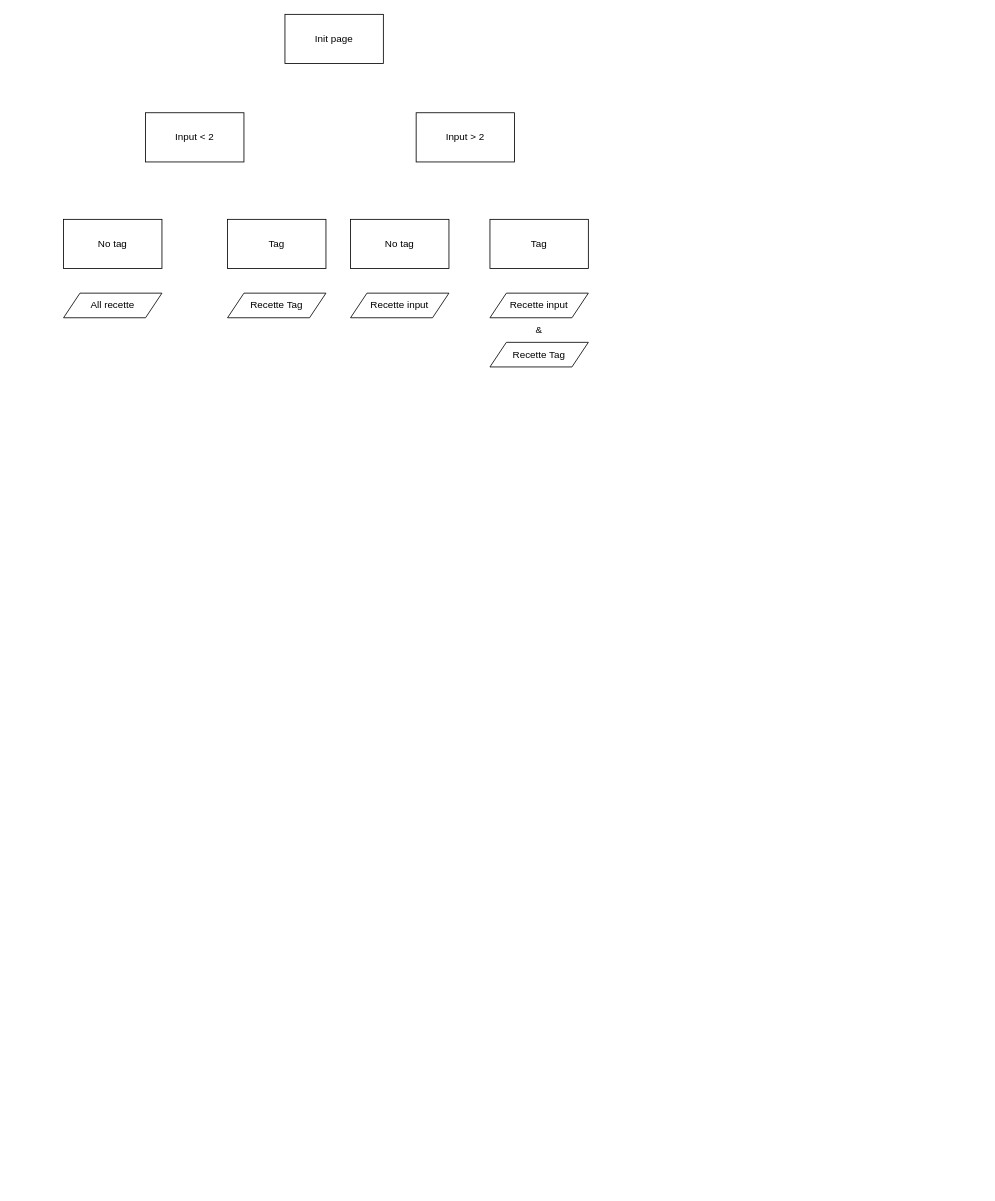
This is data/Diagramme sans nom.drawio from Kilian06/Projet-6-OPC, a draw.io file, before an edit. Source tidied: cells renumbered, new cells numbered last; positions are measured from the earlier drawing's top-left corner, leaving out a move shared by most shapes. Both pictures are drawn from the tidied source at 82%, with x=0, y=0 at pixel (63, 14).
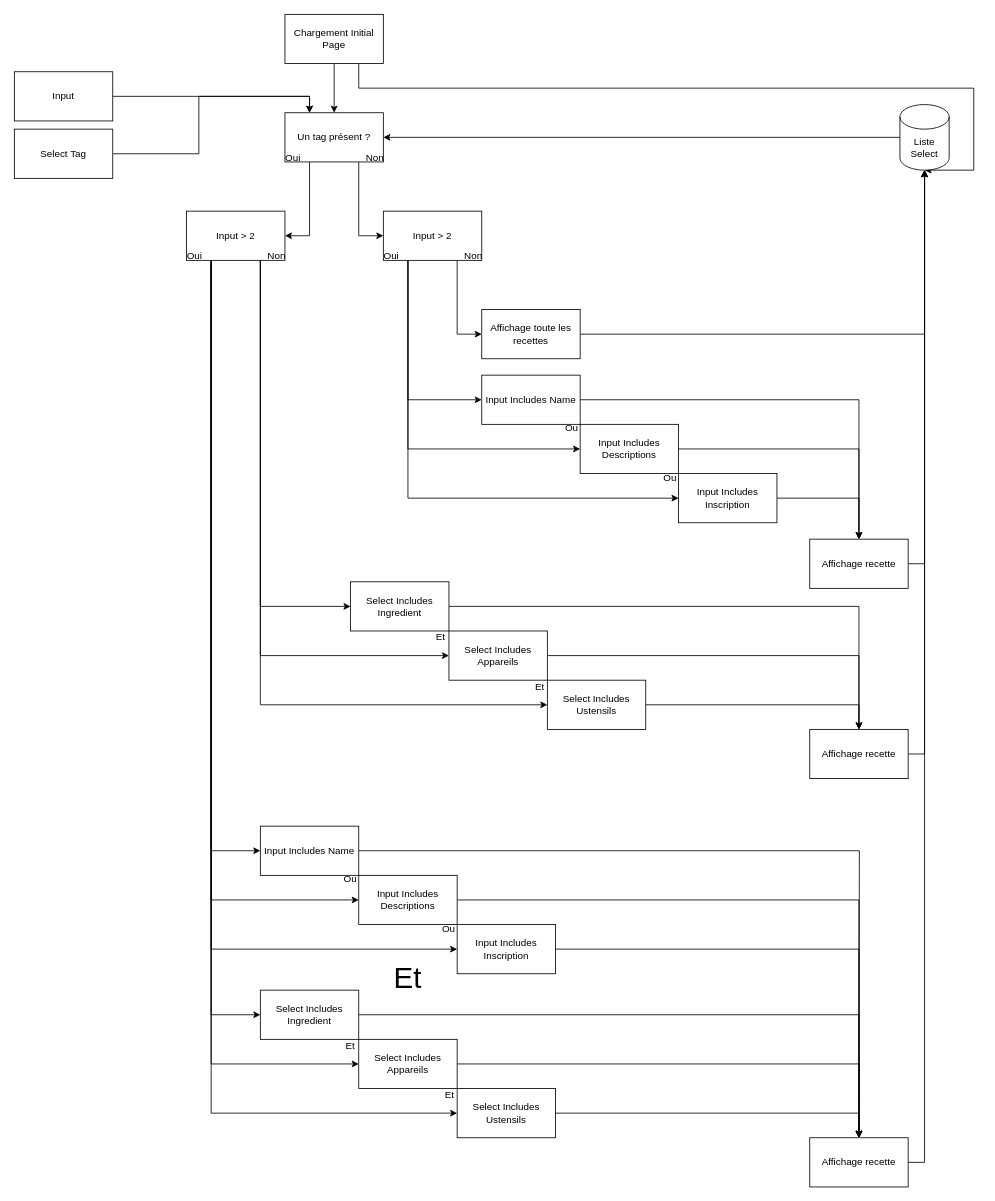
After the change.

Commit message:
Daig Projet 7

The edit, as a diff of the source:
```diff
@@
+    <mxCell id="15" style="edgeStyle=orthogonalEdgeStyle;rounded=0;jettySize=auto;html=1;exitX=0.5;exitY=1;exitDx=0;exitDy=0;entryX=0.5;entryY=0;entryDx=0;entryDy=0;" parent="1" edge="1" source="2" target="19">
+      <mxGeometry relative="1" as="geometry" />
+    </mxCell>
+    <mxCell id="16" style="edgeStyle=orthogonalEdgeStyle;rounded=0;jettySize=auto;html=1;exitX=0.75;exitY=1;exitDx=0;exitDy=0;entryX=0.5;entryY=1;entryDx=0;entryDy=0;entryPerimeter=0;" parent="1" edge="1" source="2" target="54">
+      <mxGeometry relative="1" as="geometry">
+        <Array as="points">
+          <mxPoint x="360" y="90" />
+          <mxPoint x="1110" y="90" />
+          <mxPoint x="1110" y="190" />
+        </Array>
+      </mxGeometry>
+    </mxCell>
-    <mxCell id="2" value="Init page" style="rounded=0;whiteSpace=wrap;html=1;" parent="1" vertex="1">
+    <mxCell id="2" value="Chargement Initial&lt;br&gt;Page" style="rounded=0;whiteSpace=wrap;html=1;" parent="1" vertex="1">
       <mxGeometry x="270" width="120" height="60" as="geometry" />
     </mxCell>
-    <mxCell id="3" value="Input &amp;lt; 2" style="rounded=0;whiteSpace=wrap;html=1;" parent="1" vertex="1">
-      <mxGeometry x="100" y="120" width="120" height="60" as="geometry" />
-    </mxCell>
-    <mxCell id="4" value="Input &amp;gt; 2" style="rounded=0;whiteSpace=wrap;html=1;" parent="1" vertex="1">
-      <mxGeometry x="430" y="120" width="120" height="60" as="geometry" />
-    </mxCell>
-    <mxCell id="5" value="No tag" style="rounded=0;whiteSpace=wrap;html=1;" parent="1" vertex="1">
-      <mxGeometry y="250" width="120" height="60" as="geometry" />
-    </mxCell>
-    <mxCell id="6" value="Tag" style="rounded=0;whiteSpace=wrap;html=1;" parent="1" vertex="1">
-      <mxGeometry x="200" y="250" width="120" height="60" as="geometry" />
-    </mxCell>
-    <mxCell id="7" value="No tag" style="rounded=0;whiteSpace=wrap;html=1;" parent="1" vertex="1">
-      <mxGeometry x="350" y="250" width="120" height="60" as="geometry" />
-    </mxCell>
-    <mxCell id="8" value="Tag" style="rounded=0;whiteSpace=wrap;html=1;" parent="1" vertex="1">
-      <mxGeometry x="520" y="250" width="120" height="60" as="geometry" />
-    </mxCell>
-    <mxCell id="9" value="All recette" style="shape=parallelogram;perimeter=parallelogramPerimeter;whiteSpace=wrap;html=1;fixedSize=1;" parent="1" vertex="1">
-      <mxGeometry y="340" width="120" height="30" as="geometry" />
-    </mxCell>
-    <mxCell id="10" value="Recette Tag" style="shape=parallelogram;perimeter=parallelogramPerimeter;whiteSpace=wrap;html=1;fixedSize=1;" parent="1" vertex="1">
-      <mxGeometry x="200" y="340" width="120" height="30" as="geometry" />
-    </mxCell>
-    <mxCell id="11" value="Recette input" style="shape=parallelogram;perimeter=parallelogramPerimeter;whiteSpace=wrap;html=1;fixedSize=1;" parent="1" vertex="1">
-      <mxGeometry x="350" y="340" width="120" height="30" as="geometry" />
-    </mxCell>
-    <mxCell id="12" value="Recette input" style="shape=parallelogram;perimeter=parallelogramPerimeter;whiteSpace=wrap;html=1;fixedSize=1;" parent="1" vertex="1">
-      <mxGeometry x="520" y="340" width="120" height="30" as="geometry" />
-    </mxCell>
-    <mxCell id="13" value="Recette Tag" style="shape=parallelogram;perimeter=parallelogramPerimeter;whiteSpace=wrap;html=1;fixedSize=1;" parent="1" vertex="1">
-      <mxGeometry x="520" y="400" width="120" height="30" as="geometry" />
-    </mxCell>
-    <mxCell id="14" value="&amp;amp;" style="text;html=1;strokeColor=none;fillColor=none;align=center;verticalAlign=middle;whiteSpace=wrap;rounded=0;" parent="1" vertex="1">
-      <mxGeometry x="550" y="370" width="60" height="30" as="geometry" />
-    </mxCell>
+    <mxCell id="17" style="edgeStyle=orthogonalEdgeStyle;rounded=0;jettySize=auto;html=1;exitX=0.75;exitY=1;exitDx=0;exitDy=0;entryX=0;entryY=0.5;entryDx=0;entryDy=0;" parent="1" edge="1" source="19" target="24">
+      <mxGeometry relative="1" as="geometry" />
+    </mxCell>
+    <mxCell id="18" style="edgeStyle=orthogonalEdgeStyle;rounded=0;jettySize=auto;html=1;exitX=0.25;exitY=1;exitDx=0;exitDy=0;entryX=1;entryY=0.5;entryDx=0;entryDy=0;" parent="1" edge="1" source="19" target="34">
+      <mxGeometry relative="1" as="geometry" />
+    </mxCell>
+    <mxCell id="19" value="Un tag présent ?" style="rounded=0;whiteSpace=wrap;html=1;" parent="1" vertex="1">
+      <mxGeometry x="270" y="120" width="120" height="60" as="geometry" />
+    </mxCell>
+    <mxCell id="20" style="edgeStyle=orthogonalEdgeStyle;rounded=0;jettySize=auto;html=1;exitX=0.75;exitY=1;exitDx=0;exitDy=0;entryX=0;entryY=0.5;entryDx=0;entryDy=0;" parent="1" edge="1" source="24" target="40">
+      <mxGeometry relative="1" as="geometry" />
+    </mxCell>
+    <mxCell id="21" style="edgeStyle=orthogonalEdgeStyle;rounded=0;jettySize=auto;html=1;exitX=0.25;exitY=1;exitDx=0;exitDy=0;entryX=0;entryY=0.5;entryDx=0;entryDy=0;" parent="1" edge="1" source="24" target="44">
+      <mxGeometry relative="1" as="geometry" />
+    </mxCell>
+    <mxCell id="22" style="edgeStyle=orthogonalEdgeStyle;rounded=0;jettySize=auto;html=1;exitX=0.25;exitY=1;exitDx=0;exitDy=0;entryX=0;entryY=0.5;entryDx=0;entryDy=0;" parent="1" edge="1" source="24" target="46">
+      <mxGeometry relative="1" as="geometry" />
+    </mxCell>
+    <mxCell id="23" style="edgeStyle=orthogonalEdgeStyle;rounded=0;jettySize=auto;html=1;exitX=0.25;exitY=1;exitDx=0;exitDy=0;entryX=0;entryY=0.5;entryDx=0;entryDy=0;" parent="1" edge="1" source="24" target="48">
+      <mxGeometry relative="1" as="geometry" />
+    </mxCell>
+    <mxCell id="24" value="Input &amp;gt; 2" style="rounded=0;whiteSpace=wrap;html=1;" parent="1" vertex="1">
+      <mxGeometry x="390" y="240" width="120" height="60" as="geometry" />
+    </mxCell>
+    <mxCell id="25" style="edgeStyle=orthogonalEdgeStyle;rounded=0;jettySize=auto;html=1;exitX=0.75;exitY=1;exitDx=0;exitDy=0;entryX=0;entryY=0.5;entryDx=0;entryDy=0;" parent="1" edge="1" source="34" target="38">
+      <mxGeometry relative="1" as="geometry" />
+    </mxCell>
+    <mxCell id="26" style="edgeStyle=orthogonalEdgeStyle;rounded=0;jettySize=auto;html=1;exitX=0.75;exitY=1;exitDx=0;exitDy=0;entryX=0;entryY=0.5;entryDx=0;entryDy=0;" parent="1" edge="1" source="34" target="58">
+      <mxGeometry relative="1" as="geometry" />
+    </mxCell>
+    <mxCell id="27" style="edgeStyle=orthogonalEdgeStyle;rounded=0;jettySize=auto;html=1;exitX=0.75;exitY=1;exitDx=0;exitDy=0;entryX=0;entryY=0.5;entryDx=0;entryDy=0;" parent="1" edge="1" source="34" target="60">
+      <mxGeometry relative="1" as="geometry" />
+    </mxCell>
+    <mxCell id="28" style="edgeStyle=orthogonalEdgeStyle;rounded=0;jettySize=auto;html=1;exitX=0.25;exitY=1;exitDx=0;exitDy=0;entryX=0;entryY=0.5;entryDx=0;entryDy=0;" parent="1" edge="1" source="34" target="66">
+      <mxGeometry relative="1" as="geometry" />
+    </mxCell>
+    <mxCell id="29" style="edgeStyle=orthogonalEdgeStyle;rounded=0;jettySize=auto;html=1;exitX=0.25;exitY=1;exitDx=0;exitDy=0;entryX=0;entryY=0.5;entryDx=0;entryDy=0;" parent="1" edge="1" source="34" target="68">
+      <mxGeometry relative="1" as="geometry" />
+    </mxCell>
+    <mxCell id="30" style="edgeStyle=orthogonalEdgeStyle;rounded=0;jettySize=auto;html=1;exitX=0.25;exitY=1;exitDx=0;exitDy=0;entryX=0;entryY=0.5;entryDx=0;entryDy=0;" parent="1" edge="1" source="34" target="70">
+      <mxGeometry relative="1" as="geometry" />
+    </mxCell>
+    <mxCell id="31" style="edgeStyle=orthogonalEdgeStyle;rounded=0;jettySize=auto;html=1;exitX=0.25;exitY=1;exitDx=0;exitDy=0;entryX=0;entryY=0.5;entryDx=0;entryDy=0;" parent="1" edge="1" source="34" target="74">
+      <mxGeometry relative="1" as="geometry" />
+    </mxCell>
+    <mxCell id="32" style="edgeStyle=orthogonalEdgeStyle;rounded=0;jettySize=auto;html=1;exitX=0.25;exitY=1;exitDx=0;exitDy=0;entryX=0;entryY=0.5;entryDx=0;entryDy=0;" parent="1" edge="1" source="34" target="76">
+      <mxGeometry relative="1" as="geometry" />
+    </mxCell>
+    <mxCell id="33" style="edgeStyle=orthogonalEdgeStyle;rounded=0;jettySize=auto;html=1;exitX=0.25;exitY=1;exitDx=0;exitDy=0;entryX=0;entryY=0.5;entryDx=0;entryDy=0;" parent="1" edge="1" source="34" target="78">
+      <mxGeometry relative="1" as="geometry" />
+    </mxCell>
+    <mxCell id="34" value="Input &amp;gt; 2" style="rounded=0;whiteSpace=wrap;html=1;" parent="1" vertex="1">
+      <mxGeometry x="150" y="240" width="120" height="60" as="geometry" />
+    </mxCell>
+    <mxCell id="35" value="Oui" style="text;html=1;strokeColor=none;fillColor=none;align=center;verticalAlign=middle;whiteSpace=wrap;rounded=0;" parent="1" vertex="1">
+      <mxGeometry x="250" y="160" width="60" height="30" as="geometry" />
+    </mxCell>
+    <mxCell id="36" value="Non" style="text;html=1;strokeColor=none;fillColor=none;align=center;verticalAlign=middle;whiteSpace=wrap;rounded=0;" parent="1" vertex="1">
+      <mxGeometry x="350" y="160" width="60" height="30" as="geometry" />
+    </mxCell>
+    <mxCell id="37" style="edgeStyle=orthogonalEdgeStyle;rounded=0;jettySize=auto;html=1;exitX=1;exitY=0.5;exitDx=0;exitDy=0;entryX=0.5;entryY=0;entryDx=0;entryDy=0;" parent="1" edge="1" source="38" target="64">
+      <mxGeometry relative="1" as="geometry" />
+    </mxCell>
+    <mxCell id="38" value="Select Includes Ingredient" style="rounded=0;whiteSpace=wrap;html=1;" parent="1" vertex="1">
+      <mxGeometry x="350" y="692" width="120" height="60" as="geometry" />
+    </mxCell>
+    <mxCell id="39" style="edgeStyle=orthogonalEdgeStyle;rounded=0;jettySize=auto;html=1;exitX=1;exitY=0.5;exitDx=0;exitDy=0;entryX=0.5;entryY=1;entryDx=0;entryDy=0;entryPerimeter=0;" parent="1" edge="1" source="40" target="54">
+      <mxGeometry relative="1" as="geometry" />
+    </mxCell>
+    <mxCell id="40" value="Affichage toute les recettes" style="rounded=0;whiteSpace=wrap;html=1;" parent="1" vertex="1">
+      <mxGeometry x="510" y="360" width="120" height="60" as="geometry" />
+    </mxCell>
+    <mxCell id="41" value="Oui" style="text;html=1;strokeColor=none;fillColor=none;align=center;verticalAlign=middle;whiteSpace=wrap;rounded=0;" parent="1" vertex="1">
+      <mxGeometry x="370" y="280" width="60" height="30" as="geometry" />
+    </mxCell>
+    <mxCell id="42" value="Non" style="text;html=1;strokeColor=none;fillColor=none;align=center;verticalAlign=middle;whiteSpace=wrap;rounded=0;" parent="1" vertex="1">
+      <mxGeometry x="470" y="280" width="60" height="30" as="geometry" />
+    </mxCell>
+    <mxCell id="43" style="edgeStyle=orthogonalEdgeStyle;rounded=0;jettySize=auto;html=1;exitX=1;exitY=0.5;exitDx=0;exitDy=0;entryX=0.5;entryY=0;entryDx=0;entryDy=0;" parent="1" edge="1" source="44" target="52">
+      <mxGeometry relative="1" as="geometry" />
+    </mxCell>
+    <mxCell id="44" value="Input Includes Name" style="rounded=0;whiteSpace=wrap;html=1;" parent="1" vertex="1">
+      <mxGeometry x="510" y="440" width="120" height="60" as="geometry" />
+    </mxCell>
+    <mxCell id="45" style="edgeStyle=orthogonalEdgeStyle;rounded=0;jettySize=auto;html=1;exitX=1;exitY=0.5;exitDx=0;exitDy=0;entryX=0.5;entryY=0;entryDx=0;entryDy=0;" parent="1" edge="1" source="46" target="52">
+      <mxGeometry relative="1" as="geometry" />
+    </mxCell>
+    <mxCell id="46" value="Input Includes Descriptions" style="rounded=0;whiteSpace=wrap;html=1;" parent="1" vertex="1">
+      <mxGeometry x="630" y="500" width="120" height="60" as="geometry" />
+    </mxCell>
+    <mxCell id="47" style="edgeStyle=orthogonalEdgeStyle;rounded=0;jettySize=auto;html=1;exitX=1;exitY=0.5;exitDx=0;exitDy=0;entryX=0.5;entryY=0;entryDx=0;entryDy=0;" parent="1" edge="1" source="48" target="52">
+      <mxGeometry relative="1" as="geometry" />
+    </mxCell>
+    <mxCell id="48" value="Input Includes Inscription" style="rounded=0;whiteSpace=wrap;html=1;" parent="1" vertex="1">
+      <mxGeometry x="750" y="560" width="120" height="60" as="geometry" />
+    </mxCell>
+    <mxCell id="49" value="Ou" style="text;html=1;strokeColor=none;fillColor=none;align=center;verticalAlign=middle;whiteSpace=wrap;rounded=0;" parent="1" vertex="1">
+      <mxGeometry x="590" y="490" width="60" height="30" as="geometry" />
+    </mxCell>
+    <mxCell id="50" value="Ou" style="text;html=1;strokeColor=none;fillColor=none;align=center;verticalAlign=middle;whiteSpace=wrap;rounded=0;" parent="1" vertex="1">
+      <mxGeometry x="710" y="550" width="60" height="30" as="geometry" />
+    </mxCell>
+    <mxCell id="51" style="edgeStyle=orthogonalEdgeStyle;rounded=0;jettySize=auto;html=1;exitX=1;exitY=0.5;exitDx=0;exitDy=0;entryX=0.5;entryY=1;entryDx=0;entryDy=0;entryPerimeter=0;" parent="1" edge="1" source="52" target="54">
+      <mxGeometry relative="1" as="geometry" />
+    </mxCell>
+    <mxCell id="52" value="Affichage recette" style="rounded=0;whiteSpace=wrap;html=1;" parent="1" vertex="1">
+      <mxGeometry x="910" y="640" width="120" height="60" as="geometry" />
+    </mxCell>
+    <mxCell id="53" style="edgeStyle=orthogonalEdgeStyle;rounded=0;jettySize=auto;html=1;exitX=0;exitY=0.5;exitDx=0;exitDy=0;exitPerimeter=0;entryX=1;entryY=0.5;entryDx=0;entryDy=0;" parent="1" edge="1" source="54" target="19">
+      <mxGeometry relative="1" as="geometry" />
+    </mxCell>
+    <mxCell id="54" value="Liste Select" style="shape=cylinder3;whiteSpace=wrap;html=1;boundedLbl=1;backgroundOutline=1;size=15;" parent="1" vertex="1">
+      <mxGeometry x="1020" y="110" width="60" height="80" as="geometry" />
+    </mxCell>
+    <mxCell id="55" value="Oui" style="text;html=1;strokeColor=none;fillColor=none;align=center;verticalAlign=middle;whiteSpace=wrap;rounded=0;" parent="1" vertex="1">
+      <mxGeometry x="130" y="280" width="60" height="30" as="geometry" />
+    </mxCell>
+    <mxCell id="56" value="Non" style="text;html=1;strokeColor=none;fillColor=none;align=center;verticalAlign=middle;whiteSpace=wrap;rounded=0;" parent="1" vertex="1">
+      <mxGeometry x="230" y="280" width="60" height="30" as="geometry" />
+    </mxCell>
+    <mxCell id="57" style="edgeStyle=orthogonalEdgeStyle;rounded=0;jettySize=auto;html=1;exitX=1;exitY=0.5;exitDx=0;exitDy=0;entryX=0.5;entryY=0;entryDx=0;entryDy=0;" parent="1" edge="1" source="58" target="64">
+      <mxGeometry relative="1" as="geometry" />
+    </mxCell>
+    <mxCell id="58" value="Select Includes Appareils" style="rounded=0;whiteSpace=wrap;html=1;" parent="1" vertex="1">
+      <mxGeometry x="470" y="752" width="120" height="60" as="geometry" />
+    </mxCell>
+    <mxCell id="59" style="edgeStyle=orthogonalEdgeStyle;rounded=0;jettySize=auto;html=1;exitX=1;exitY=0.5;exitDx=0;exitDy=0;entryX=0.5;entryY=0;entryDx=0;entryDy=0;" parent="1" edge="1" source="60" target="64">
+      <mxGeometry relative="1" as="geometry" />
+    </mxCell>
+    <mxCell id="60" value="Select Includes Ustensils" style="rounded=0;whiteSpace=wrap;html=1;" parent="1" vertex="1">
+      <mxGeometry x="590" y="812" width="120" height="60" as="geometry" />
+    </mxCell>
+    <mxCell id="61" value="Et" style="text;html=1;strokeColor=none;fillColor=none;align=center;verticalAlign=middle;whiteSpace=wrap;rounded=0;" parent="1" vertex="1">
+      <mxGeometry x="430" y="745" width="60" height="30" as="geometry" />
+    </mxCell>
+    <mxCell id="62" value="Et" style="text;html=1;strokeColor=none;fillColor=none;align=center;verticalAlign=middle;whiteSpace=wrap;rounded=0;" parent="1" vertex="1">
+      <mxGeometry x="551" y="805" width="60" height="30" as="geometry" />
+    </mxCell>
+    <mxCell id="63" style="edgeStyle=orthogonalEdgeStyle;rounded=0;jettySize=auto;html=1;exitX=1;exitY=0.5;exitDx=0;exitDy=0;entryX=0.5;entryY=1;entryDx=0;entryDy=0;entryPerimeter=0;" parent="1" edge="1" source="64" target="54">
+      <mxGeometry relative="1" as="geometry" />
+    </mxCell>
+    <mxCell id="64" value="Affichage recette" style="rounded=0;whiteSpace=wrap;html=1;" parent="1" vertex="1">
+      <mxGeometry x="910" y="872" width="120" height="60" as="geometry" />
+    </mxCell>
+    <mxCell id="65" style="edgeStyle=orthogonalEdgeStyle;rounded=0;jettySize=auto;html=1;exitX=1;exitY=0.5;exitDx=0;exitDy=0;" parent="1" edge="1" source="66">
+      <mxGeometry relative="1" as="geometry">
+        <mxPoint x="970" y="1370" as="targetPoint" />
+      </mxGeometry>
+    </mxCell>
+    <mxCell id="66" value="Input Includes Name" style="rounded=0;whiteSpace=wrap;html=1;" parent="1" vertex="1">
+      <mxGeometry x="240" y="990" width="120" height="60" as="geometry" />
+    </mxCell>
+    <mxCell id="67" style="edgeStyle=orthogonalEdgeStyle;rounded=0;jettySize=auto;html=1;exitX=1;exitY=0.5;exitDx=0;exitDy=0;entryX=0.5;entryY=0;entryDx=0;entryDy=0;" parent="1" edge="1" source="68" target="83">
+      <mxGeometry relative="1" as="geometry" />
+    </mxCell>
+    <mxCell id="68" value="Input Includes Descriptions" style="rounded=0;whiteSpace=wrap;html=1;" parent="1" vertex="1">
+      <mxGeometry x="360" y="1050" width="120" height="60" as="geometry" />
+    </mxCell>
+    <mxCell id="69" style="edgeStyle=orthogonalEdgeStyle;rounded=0;jettySize=auto;html=1;exitX=1;exitY=0.5;exitDx=0;exitDy=0;entryX=0.5;entryY=0;entryDx=0;entryDy=0;" parent="1" edge="1" source="70" target="83">
+      <mxGeometry relative="1" as="geometry" />
+    </mxCell>
+    <mxCell id="70" value="Input Includes Inscription" style="rounded=0;whiteSpace=wrap;html=1;" parent="1" vertex="1">
+      <mxGeometry x="480" y="1110" width="120" height="60" as="geometry" />
+    </mxCell>
+    <mxCell id="71" value="Ou" style="text;html=1;strokeColor=none;fillColor=none;align=center;verticalAlign=middle;whiteSpace=wrap;rounded=0;" parent="1" vertex="1">
+      <mxGeometry x="320" y="1040" width="60" height="30" as="geometry" />
+    </mxCell>
+    <mxCell id="72" value="Ou" style="text;html=1;strokeColor=none;fillColor=none;align=center;verticalAlign=middle;whiteSpace=wrap;rounded=0;" parent="1" vertex="1">
+      <mxGeometry x="440" y="1100" width="60" height="30" as="geometry" />
+    </mxCell>
+    <mxCell id="73" style="edgeStyle=orthogonalEdgeStyle;rounded=0;jettySize=auto;html=1;exitX=1;exitY=0.5;exitDx=0;exitDy=0;entryX=0.5;entryY=0;entryDx=0;entryDy=0;" parent="1" edge="1" source="74" target="83">
+      <mxGeometry relative="1" as="geometry" />
+    </mxCell>
+    <mxCell id="74" value="Select Includes Ingredient" style="rounded=0;whiteSpace=wrap;html=1;" parent="1" vertex="1">
+      <mxGeometry x="240" y="1190" width="120" height="60" as="geometry" />
+    </mxCell>
+    <mxCell id="75" style="edgeStyle=orthogonalEdgeStyle;rounded=0;jettySize=auto;html=1;exitX=1;exitY=0.5;exitDx=0;exitDy=0;" parent="1" edge="1" source="76">
+      <mxGeometry relative="1" as="geometry">
+        <mxPoint x="970" y="1370" as="targetPoint" />
+      </mxGeometry>
+    </mxCell>
+    <mxCell id="76" value="Select Includes Appareils" style="rounded=0;whiteSpace=wrap;html=1;" parent="1" vertex="1">
+      <mxGeometry x="360" y="1250" width="120" height="60" as="geometry" />
+    </mxCell>
+    <mxCell id="77" style="edgeStyle=orthogonalEdgeStyle;rounded=0;jettySize=auto;html=1;exitX=1;exitY=0.5;exitDx=0;exitDy=0;entryX=0.5;entryY=0;entryDx=0;entryDy=0;" parent="1" edge="1" source="78" target="83">
+      <mxGeometry relative="1" as="geometry" />
+    </mxCell>
+    <mxCell id="78" value="Select Includes Ustensils" style="rounded=0;whiteSpace=wrap;html=1;" parent="1" vertex="1">
+      <mxGeometry x="480" y="1310" width="120" height="60" as="geometry" />
+    </mxCell>
+    <mxCell id="79" value="Et" style="text;html=1;strokeColor=none;fillColor=none;align=center;verticalAlign=middle;whiteSpace=wrap;rounded=0;" parent="1" vertex="1">
+      <mxGeometry x="320" y="1243" width="60" height="30" as="geometry" />
+    </mxCell>
+    <mxCell id="80" value="Et" style="text;html=1;strokeColor=none;fillColor=none;align=center;verticalAlign=middle;whiteSpace=wrap;rounded=0;" parent="1" vertex="1">
+      <mxGeometry x="441" y="1303" width="60" height="30" as="geometry" />
+    </mxCell>
+    <mxCell id="81" value="&lt;font style=&quot;font-size: 36px;&quot;&gt;Et&lt;/font&gt;" style="text;html=1;strokeColor=none;fillColor=none;align=center;verticalAlign=middle;whiteSpace=wrap;rounded=0;" parent="1" vertex="1">
+      <mxGeometry x="390" y="1160" width="60" height="30" as="geometry" />
+    </mxCell>
+    <mxCell id="82" style="edgeStyle=orthogonalEdgeStyle;rounded=0;jettySize=auto;html=1;exitX=1;exitY=0.5;exitDx=0;exitDy=0;fontSize=36;entryX=0.5;entryY=1;entryDx=0;entryDy=0;entryPerimeter=0;" parent="1" edge="1" source="83" target="54">
+      <mxGeometry relative="1" as="geometry" />
+    </mxCell>
+    <mxCell id="83" value="Affichage recette" style="rounded=0;whiteSpace=wrap;html=1;" parent="1" vertex="1">
+      <mxGeometry x="910" y="1370" width="120" height="60" as="geometry" />
+    </mxCell>
+    <mxCell id="84" style="edgeStyle=orthogonalEdgeStyle;rounded=0;jettySize=auto;html=1;exitX=1;exitY=0.5;exitDx=0;exitDy=0;fontSize=36;entryX=0.25;entryY=0;entryDx=0;entryDy=0;" parent="1" edge="1" source="85" target="19">
+      <mxGeometry relative="1" as="geometry" />
+    </mxCell>
+    <mxCell id="85" value="Input" style="rounded=0;whiteSpace=wrap;html=1;" parent="1" vertex="1">
+      <mxGeometry x="-60" y="70" width="120" height="60" as="geometry" />
+    </mxCell>
+    <mxCell id="86" style="edgeStyle=orthogonalEdgeStyle;rounded=0;jettySize=auto;html=1;exitX=1;exitY=0.5;exitDx=0;exitDy=0;entryX=0.25;entryY=0;entryDx=0;entryDy=0;fontSize=36;" parent="1" edge="1" source="87" target="19">
+      <mxGeometry relative="1" as="geometry" />
+    </mxCell>
+    <mxCell id="87" value="Select Tag" style="rounded=0;whiteSpace=wrap;html=1;" parent="1" vertex="1">
+      <mxGeometry x="-60" y="140" width="120" height="60" as="geometry" />
+    </mxCell>
```
